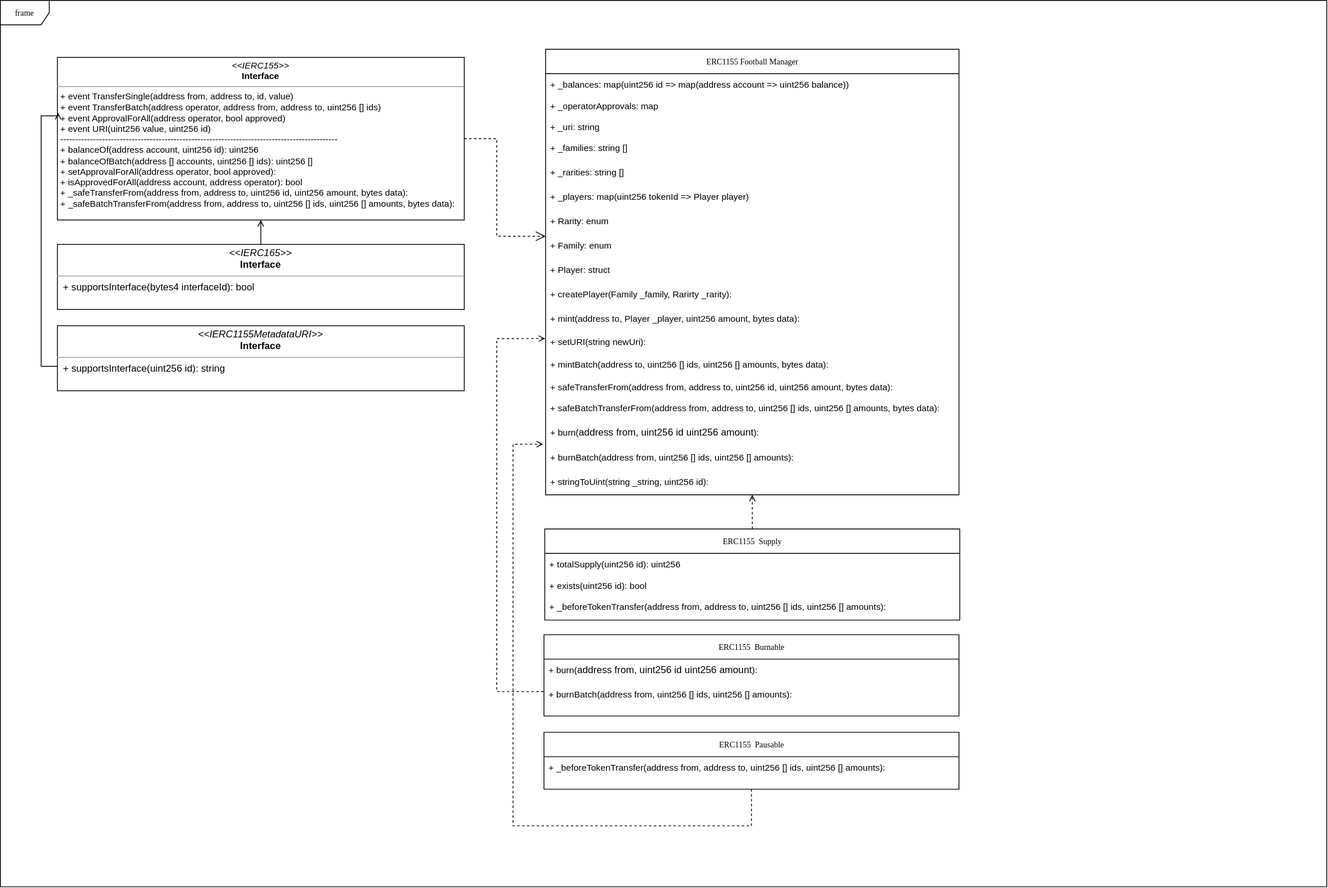
This is diagrams/ERC1155.drawio.svg from RasenGUY/smartDev, a draw.io export, as it was before one commit. Source tidied: cells renumbered, new cells last; positions are measured from the earlier drawing's top-left corner, leaving out a move shared by most shapes.
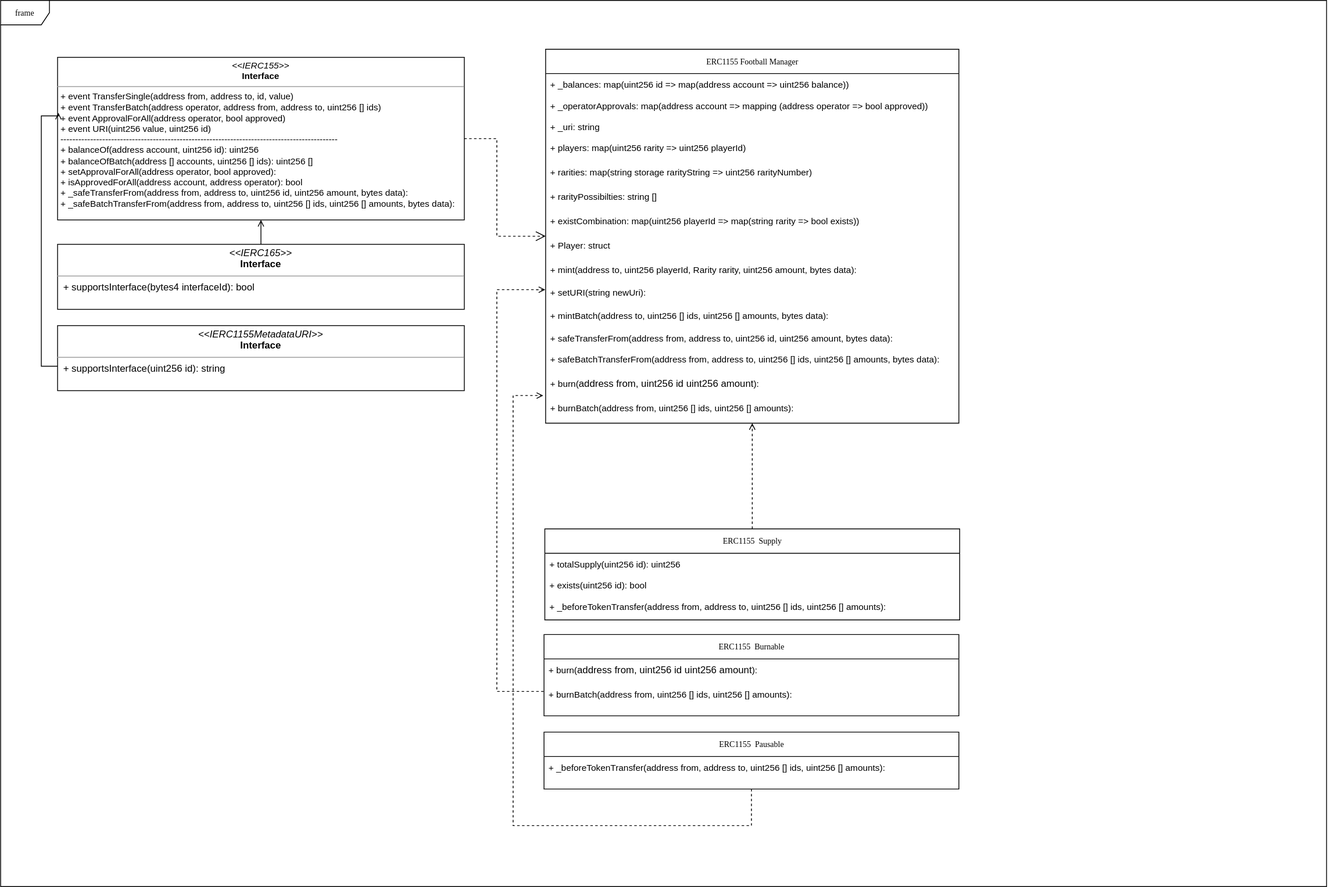
After the commit.

Diff of the diagram source:
```diff
@@ -6,62 +6,53 @@
       <mxGeometry width="1630" height="1090" as="geometry" />
     </mxCell>
     <mxCell id="3" value="ERC1155 Football Manager" style="swimlane;html=1;fontStyle=0;horizontal=1;startSize=30;fillColor=none;swimlaneFillColor=#ffffff;rounded=0;shadow=0;comic=0;labelBackgroundColor=none;strokeWidth=1;fontFamily=Verdana;fontSize=10;align=center;" parent="1" vertex="1">
-      <mxGeometry x="670" y="60" width="508" height="548" as="geometry" />
+      <mxGeometry x="670" y="60" width="508" height="460" as="geometry" />
     </mxCell>
     <mxCell id="4" value="&lt;font style=&quot;font-size: 11px&quot;&gt;+ _balances: map(uint256 id =&amp;gt; map(address account =&amp;gt; uint256 balance))&lt;/font&gt;" style="text;html=1;strokeColor=none;fillColor=none;align=left;verticalAlign=top;spacingLeft=4;spacingRight=4;whiteSpace=wrap;overflow=hidden;" parent="3" vertex="1">
       <mxGeometry y="30" width="508" height="26" as="geometry" />
     </mxCell>
-    <mxCell id="5" value="&lt;font style=&quot;font-size: 11px&quot;&gt;+ _operatorApprovals: map&lt;/font&gt;" style="text;html=1;strokeColor=none;fillColor=none;align=left;verticalAlign=top;spacingLeft=4;spacingRight=4;whiteSpace=wrap;overflow=hidden;" parent="3" vertex="1">
+    <mxCell id="5" value="&lt;font style=&quot;font-size: 11px&quot;&gt;+ _operatorApprovals: map(address account =&amp;gt; mapping (address operator =&amp;gt; bool approved))&amp;nbsp;&amp;nbsp;&lt;/font&gt;" style="text;html=1;strokeColor=none;fillColor=none;align=left;verticalAlign=top;spacingLeft=4;spacingRight=4;whiteSpace=wrap;overflow=hidden;" parent="3" vertex="1">
       <mxGeometry y="56" width="508" height="26" as="geometry" />
     </mxCell>
     <mxCell id="6" value="&lt;font style=&quot;font-size: 11px&quot;&gt;+ _uri: string&lt;/font&gt;" style="text;html=1;strokeColor=none;fillColor=none;align=left;verticalAlign=top;spacingLeft=4;spacingRight=4;whiteSpace=wrap;overflow=hidden;" parent="3" vertex="1">
       <mxGeometry y="82" width="508" height="26" as="geometry" />
     </mxCell>
-    <mxCell id="7" value="&lt;span style=&quot;font-family: &amp;#34;helvetica&amp;#34; ; font-size: 11px&quot;&gt;+ _families: string []&lt;/span&gt;" style="text;html=1;strokeColor=none;fillColor=none;align=left;verticalAlign=top;spacingLeft=4;spacingRight=4;whiteSpace=wrap;overflow=hidden;" parent="3" vertex="1">
+    <mxCell id="7" value="&lt;font face=&quot;helvetica&quot;&gt;&lt;span style=&quot;font-size: 11px&quot;&gt;+ players: map(uint256 rarity =&amp;gt; uint256 playerId)&lt;/span&gt;&lt;/font&gt;" style="text;html=1;strokeColor=none;fillColor=none;align=left;verticalAlign=top;spacingLeft=4;spacingRight=4;whiteSpace=wrap;overflow=hidden;" parent="3" vertex="1">
       <mxGeometry y="108" width="508" height="30" as="geometry" />
     </mxCell>
+    <mxCell id="10" value="&lt;span style=&quot;font-family: &amp;#34;helvetica&amp;#34; ; font-size: 11px&quot;&gt;+ rarities: map(string storage rarityString =&amp;gt; uint256 rarityNumber)&lt;/span&gt;" style="text;html=1;strokeColor=none;fillColor=none;align=left;verticalAlign=top;spacingLeft=4;spacingRight=4;whiteSpace=wrap;overflow=hidden;" parent="3" vertex="1">
+      <mxGeometry y="138" width="508" height="30" as="geometry" />
+    </mxCell>
-    <mxCell id="8" value="&lt;span style=&quot;font-family: &amp;#34;helvetica&amp;#34; ; font-size: 11px&quot;&gt;+ _rarities: string []&lt;/span&gt;" style="text;html=1;strokeColor=none;fillColor=none;align=left;verticalAlign=top;spacingLeft=4;spacingRight=4;whiteSpace=wrap;overflow=hidden;" parent="3" vertex="1">
-      <mxGeometry y="138" width="508" height="30" as="geometry" />
+    <mxCell id="8" value="&lt;span style=&quot;font-family: &amp;#34;helvetica&amp;#34; ; font-size: 11px&quot;&gt;+ rarityPossibilties: string []&lt;/span&gt;" style="text;html=1;strokeColor=none;fillColor=none;align=left;verticalAlign=top;spacingLeft=4;spacingRight=4;whiteSpace=wrap;overflow=hidden;" parent="3" vertex="1">
+      <mxGeometry y="168" width="508" height="30" as="geometry" />
     </mxCell>
-    <mxCell id="9" value="&lt;span style=&quot;font-family: &amp;#34;helvetica&amp;#34; ; font-size: 11px&quot;&gt;+ _players: map(uint256 tokenId =&amp;gt; Player player)&lt;/span&gt;" style="text;html=1;strokeColor=none;fillColor=none;align=left;verticalAlign=top;spacingLeft=4;spacingRight=4;whiteSpace=wrap;overflow=hidden;" parent="3" vertex="1">
-      <mxGeometry y="168" width="508" height="30" as="geometry" />
+    <mxCell id="9" value="&lt;span style=&quot;font-family: &amp;#34;helvetica&amp;#34; ; font-size: 11px&quot;&gt;+ existCombination: map(uint256 playerId =&amp;gt; map(string rarity =&amp;gt; bool exists))&lt;/span&gt;" style="text;html=1;strokeColor=none;fillColor=none;align=left;verticalAlign=top;spacingLeft=4;spacingRight=4;whiteSpace=wrap;overflow=hidden;" parent="3" vertex="1">
+      <mxGeometry y="198" width="508" height="30" as="geometry" />
     </mxCell>
-    <mxCell id="10" value="&lt;span style=&quot;font-family: &amp;#34;helvetica&amp;#34; ; font-size: 11px&quot;&gt;+ Rarity: enum&lt;/span&gt;" style="text;html=1;strokeColor=none;fillColor=none;align=left;verticalAlign=top;spacingLeft=4;spacingRight=4;whiteSpace=wrap;overflow=hidden;" parent="3" vertex="1">
-      <mxGeometry y="198" width="508" height="30" as="geometry" />
-    </mxCell>
-    <mxCell id="11" value="&lt;span style=&quot;font-family: &amp;#34;helvetica&amp;#34; ; font-size: 11px&quot;&gt;+ Family: enum&amp;nbsp;&lt;/span&gt;" style="text;html=1;strokeColor=none;fillColor=none;align=left;verticalAlign=top;spacingLeft=4;spacingRight=4;whiteSpace=wrap;overflow=hidden;" parent="3" vertex="1">
-      <mxGeometry y="228" width="508" height="30" as="geometry" />
-    </mxCell>
     <mxCell id="12" value="&lt;span style=&quot;font-family: &amp;#34;helvetica&amp;#34; ; font-size: 11px&quot;&gt;+ Player: struct&amp;nbsp;&lt;/span&gt;" style="text;html=1;strokeColor=none;fillColor=none;align=left;verticalAlign=top;spacingLeft=4;spacingRight=4;whiteSpace=wrap;overflow=hidden;" parent="3" vertex="1">
-      <mxGeometry y="258" width="508" height="30" as="geometry" />
+      <mxGeometry y="228" width="508" height="30" as="geometry" />
     </mxCell>
-    <mxCell id="13" value="&lt;span style=&quot;font-family: &amp;#34;helvetica&amp;#34; ; font-size: 11px&quot;&gt;+ createPlayer(Family _family, Rarirty _rarity):&amp;nbsp;&amp;nbsp;&lt;/span&gt;" style="text;html=1;strokeColor=none;fillColor=none;align=left;verticalAlign=top;spacingLeft=4;spacingRight=4;whiteSpace=wrap;overflow=hidden;" parent="3" vertex="1">
-      <mxGeometry y="288" width="508" height="30" as="geometry" />
-    </mxCell>
-    <mxCell id="14" value="&lt;font style=&quot;font-size: 11px&quot;&gt;+ mint(address to, Player _player, uint256 amount, bytes data):&amp;nbsp;&amp;nbsp;&lt;/font&gt;" style="text;html=1;align=left;verticalAlign=top;spacingLeft=4;spacingRight=4;whiteSpace=wrap;overflow=hidden;" parent="3" vertex="1">
-      <mxGeometry y="318" width="508" height="28" as="geometry" />
+    <mxCell id="14" value="&lt;font style=&quot;font-size: 11px&quot;&gt;+ mint(address to, uint256 playerId, Rarity rarity, uint256 amount, bytes data):&amp;nbsp;&amp;nbsp;&lt;/font&gt;" style="text;html=1;align=left;verticalAlign=top;spacingLeft=4;spacingRight=4;whiteSpace=wrap;overflow=hidden;" parent="3" vertex="1">
+      <mxGeometry y="258" width="508" height="28" as="geometry" />
     </mxCell>
     <mxCell id="15" value="&lt;font style=&quot;font-size: 11px&quot;&gt;+ setURI(string newUri):&amp;nbsp;&amp;nbsp;&lt;/font&gt;" style="text;html=1;align=left;verticalAlign=top;spacingLeft=4;spacingRight=4;whiteSpace=wrap;overflow=hidden;points=[[0,0.5],[1,0.5]];portConstraint=eastwest;" parent="3" vertex="1">
-      <mxGeometry y="346" width="508" height="28" as="geometry" />
+      <mxGeometry y="286" width="508" height="28" as="geometry" />
     </mxCell>
     <mxCell id="16" value="&lt;font style=&quot;font-size: 11px&quot;&gt;+ mintBatch(address to, uint256 [] ids, uint256 [] amounts, bytes data):&amp;nbsp;&amp;nbsp;&lt;/font&gt;" style="text;html=1;strokeColor=none;fillColor=none;align=left;verticalAlign=top;spacingLeft=4;spacingRight=4;whiteSpace=wrap;overflow=hidden;" parent="3" vertex="1">
-      <mxGeometry y="374" width="508" height="28" as="geometry" />
+      <mxGeometry y="314" width="508" height="28" as="geometry" />
     </mxCell>
     <mxCell id="17" value="&lt;span style=&quot;font-family: &amp;#34;helvetica&amp;#34; ; font-size: 11px&quot;&gt;+ safeTransferFrom(address from, address to, uint256 id, uint256 amount, bytes data):&lt;/span&gt;" style="text;html=1;strokeColor=none;fillColor=none;align=left;verticalAlign=top;spacingLeft=4;spacingRight=4;whiteSpace=wrap;overflow=hidden;" parent="3" vertex="1">
-      <mxGeometry y="402" width="508" height="26" as="geometry" />
+      <mxGeometry y="342" width="508" height="26" as="geometry" />
     </mxCell>
     <mxCell id="18" value="&lt;span style=&quot;font-family: &amp;#34;helvetica&amp;#34; ; font-size: 11px&quot;&gt;+ safeBatchTransferFrom(address from, address to, uint256 [] ids, uint256 [] amounts, bytes data):&lt;/span&gt;" style="text;html=1;strokeColor=none;fillColor=none;align=left;verticalAlign=top;spacingLeft=4;spacingRight=4;whiteSpace=wrap;overflow=hidden;" parent="3" vertex="1">
-      <mxGeometry y="428" width="508" height="30" as="geometry" />
+      <mxGeometry y="368" width="508" height="30" as="geometry" />
     </mxCell>
     <mxCell id="19" value="&lt;span style=&quot;font-family: &amp;#34;helvetica&amp;#34; ; font-size: 11px&quot;&gt;+ burn(&lt;/span&gt;&lt;span&gt;address from, uint256 id uint256 amount&lt;/span&gt;&lt;span style=&quot;font-family: &amp;#34;helvetica&amp;#34; ; font-size: 11px&quot;&gt;):&lt;/span&gt;" style="text;html=1;strokeColor=none;fillColor=none;align=left;verticalAlign=top;spacingLeft=4;spacingRight=4;whiteSpace=wrap;overflow=hidden;" parent="3" vertex="1">
-      <mxGeometry y="458" width="508" height="30" as="geometry" />
+      <mxGeometry y="398" width="508" height="30" as="geometry" />
     </mxCell>
     <mxCell id="20" value="&lt;span style=&quot;font-family: &amp;#34;helvetica&amp;#34; ; font-size: 11px&quot;&gt;+ burnBatch(address from, uint256 [] ids, uint256 [] amounts):&lt;/span&gt;" style="text;html=1;strokeColor=none;fillColor=none;align=left;verticalAlign=top;spacingLeft=4;spacingRight=4;whiteSpace=wrap;overflow=hidden;points=[[0,0.5],[1,0.5]];portConstraint=eastwest;" parent="3" vertex="1">
-      <mxGeometry y="488" width="508" height="30" as="geometry" />
+      <mxGeometry y="428" width="508" height="30" as="geometry" />
     </mxCell>
-    <mxCell id="21" value="&lt;span style=&quot;font-family: &amp;#34;helvetica&amp;#34; ; font-size: 11px&quot;&gt;+ stringToUint(string _string, uint256 id):&lt;/span&gt;" style="text;html=1;strokeColor=none;fillColor=none;align=left;verticalAlign=top;spacingLeft=4;spacingRight=4;whiteSpace=wrap;overflow=hidden;" parent="3" vertex="1">
-      <mxGeometry y="518" width="508" height="30" as="geometry" />
-    </mxCell>
     <mxCell id="22" style="edgeStyle=orthogonalEdgeStyle;rounded=0;html=1;labelBackgroundColor=none;startFill=0;endArrow=open;endFill=0;endSize=10;fontFamily=Verdana;fontSize=10;dashed=1;" parent="1" edge="1" source="23" target="3">
       <mxGeometry relative="1" as="geometry">
         <Array as="points">
@@ -94,7 +85,7 @@
       <mxGeometry relative="1" as="geometry">
         <Array as="points">
           <mxPoint x="610" y="850" />
-          <mxPoint x="610" y="416" />
+          <mxPoint x="610" y="356" />
         </Array>
       </mxGeometry>
     </mxCell>
@@ -127,7 +118,8 @@
         <Array as="points">
           <mxPoint x="923" y="1015" />
           <mxPoint x="630" y="1015" />
-          <mxPoint x="630" y="546" />
+          <mxPoint x="630" y="486" />
+          <mxPoint x="667" y="486" />
         </Array>
       </mxGeometry>
     </mxCell>
```
